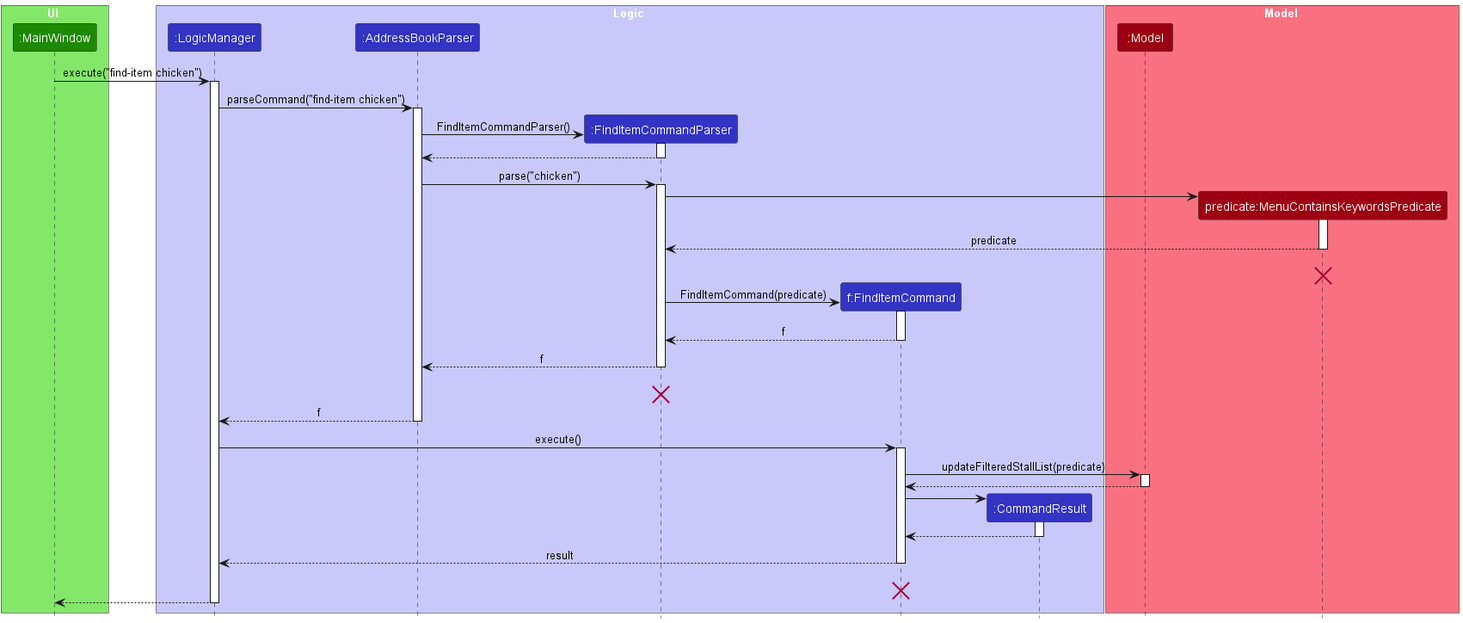
The PlantUML diagram docs/images/FindItemSequenceDiagram.png in teoks0199/tp, before a commit.
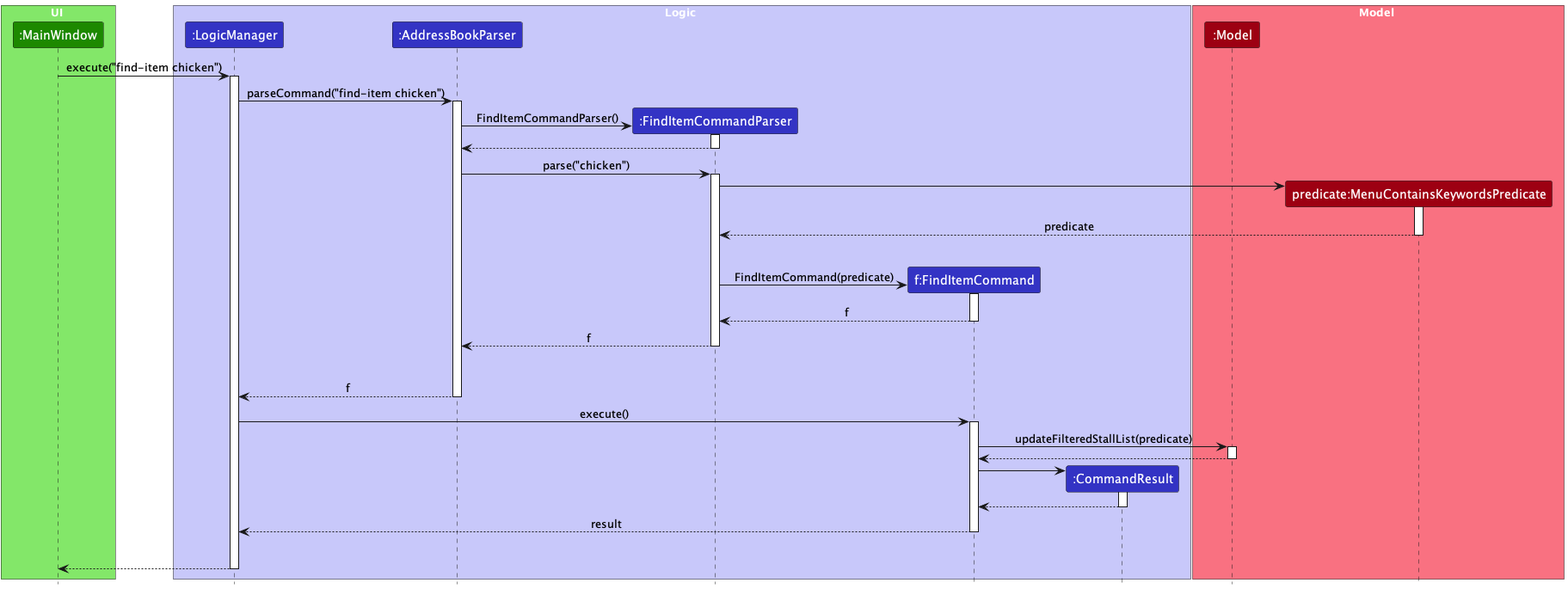
The same diagram one commit later.

Diff of the diagram source:
```diff
@@ -46,7 +46,6 @@
 
 deactivate MenuContainsKeywordsPredicate
 MenuContainsKeywordsPredicate -[hidden]-> FindItemCommandParser : result
-destroy MenuContainsKeywordsPredicate
 
 create FindItemCommand
 FindItemCommandParser -> FindItemCommand : FindItemCommand(predicate)
@@ -57,7 +56,6 @@
 FindItemCommandParser --> AddressBookParser: f
 deactivate FindItemCommandParser
 FindItemCommandParser -[hidden]-> AddressBookParser : result
-destroy FindItemCommandParser
 
 AddressBookParser --> LogicManager : f
 deactivate AddressBookParser
@@ -83,7 +81,6 @@
 FindItemCommand --> LogicManager : result
 deactivate FindItemCommand
 FindItemCommand -[hidden]-> LogicManager : result
-destroy FindItemCommand
 
 
 
```
